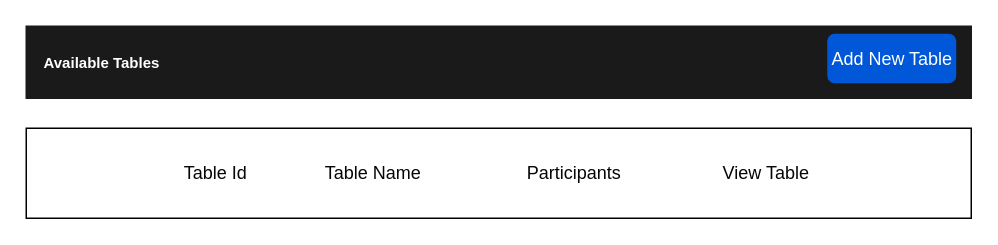
This is page "Admin: Available tables" (1 of 4) of demos/flashgame.drawio from shivangsanghi/demos, a draw.io file, before an edit. Source tidied: cells renumbered, new cells numbered last; positions are measured from the earlier drawing's top-left corner, leaving out a move shared by most shapes. Both pictures are drawn from the tidied source at 150%, with x=0, y=0 at pixel (26, 26).
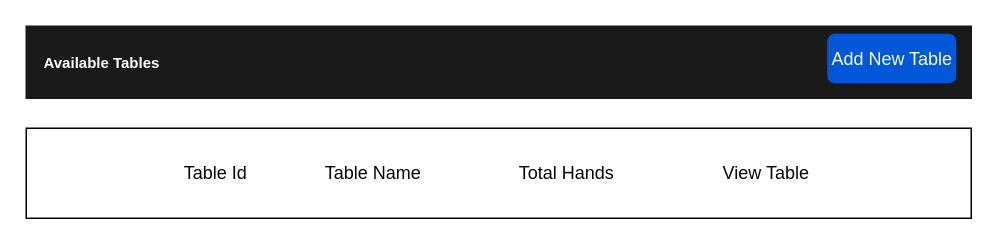
Above is the later version.

What changed in the source:
```diff
@@
 <mxGraphModel>
   <root>
     <mxCell id="0" />
     <mxCell id="1" parent="0" />
     <mxCell id="2" value="Available Tables" style="whiteSpace=wrap;html=1;shadow=0;dashed=0;fontSize=10;align=left;fillColor=#1A1A1A;strokeColor=#1A1A1A;fontStyle=1;fontColor=#FFFFFF;spacingTop=0;spacingLeft=10;" parent="1" vertex="1">
       <mxGeometry width="630" height="48" as="geometry" />
     </mxCell>
     <mxCell id="3" value="Add New Table" style="rounded=1;fillColor=#0057D8;align=center;strokeColor=none;html=1;fontColor=#ffffff;fontSize=12;" parent="1" vertex="1">
       <mxGeometry x="534" y="5" width="86" height="33" as="geometry" />
     </mxCell>
     <mxCell id="4" style="group;" parent="1" vertex="1">
       <mxGeometry y="68" width="630" height="60" as="geometry" />
     </mxCell>
     <mxCell id="5" style="rounded=0;whiteSpace=wrap;html=1;fontColor=#050505;" parent="4" vertex="1">
       <mxGeometry width="630" height="60" as="geometry" />
     </mxCell>
     <mxCell id="6" style="group;" parent="4" vertex="1">
-      <mxGeometry x="95.5" y="20" width="496.4" height="20" as="geometry" />
+      <mxGeometry x="95.5" y="20" width="496.4" height="30" as="geometry" />
     </mxCell>
     <mxCell id="7" value="Table Id&lt;br&gt;" style="text;html=1;align=center;verticalAlign=middle;fontColor=#050505;" parent="6" vertex="1">
       <mxGeometry width="60" height="20" as="geometry" />
     </mxCell>
     <mxCell id="8" value="Table Name" style="text;html=1;align=center;verticalAlign=middle;fontColor=#050505;" parent="6" vertex="1">
       <mxGeometry x="95.5" width="80" height="20" as="geometry" />
     </mxCell>
-    <mxCell id="9" value="Participants&lt;br&gt;" style="text;html=1;align=center;verticalAlign=middle;fontColor=#050505;" parent="6" vertex="1">
-      <mxGeometry x="229.1" width="80" height="20" as="geometry" />
-    </mxCell>
     <mxCell id="10" value="View Table&lt;br&gt;" style="text;html=1;align=center;verticalAlign=middle;fontColor=#050505;" parent="6" vertex="1">
       <mxGeometry x="362.7" width="70" height="20" as="geometry" />
     </mxCell>
+    <mxCell id="11" value="Total Hands" style="text;html=1;align=center;verticalAlign=middle;fontColor=#050505;" parent="4" vertex="1">
+      <mxGeometry x="320" y="20" width="80" height="20" as="geometry" />
+    </mxCell>
   </root>
 </mxGraphModel>
```
